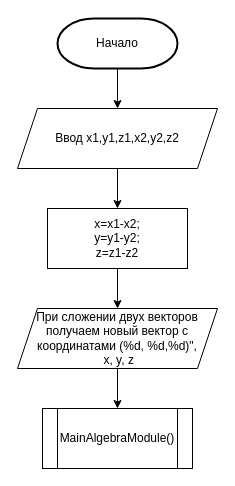
Above: Diagrams/VectorAddition.drawio in h3xi/MathCalculator (draw.io), before the change. Source tidied: cells renumbered, new cells numbered last; positions are measured from the earlier drawing's top-left corner, leaving out a move shared by most shapes. Both pictures are drawn from the tidied source at 100%, with x=0, y=0 at pixel (17, 18).
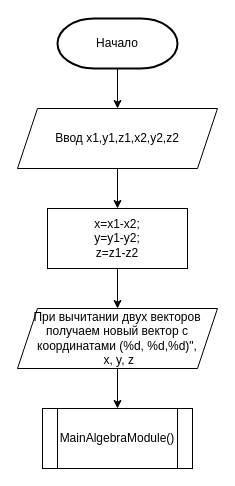
Above is the later version.

Commit message (it also covers changes not shown here):
Добавление диаграмм модулей

Change to the diagram source:
```diff
@@
 <mxGraphModel>
   <root>
     <mxCell id="0" />
     <mxCell id="1" parent="0" />
     <mxCell id="2" style="edgeStyle=orthogonalEdgeStyle;rounded=0;jettySize=auto;html=1;exitX=0.5;exitY=1;exitDx=0;exitDy=0;exitPerimeter=0;entryX=0.5;entryY=0;entryDx=0;entryDy=0;" parent="1" edge="1" source="3" target="5">
       <mxGeometry relative="1" as="geometry" />
     </mxCell>
     <mxCell id="3" value="Начало" style="strokeWidth=2;html=1;shape=mxgraph.flowchart.terminator;whiteSpace=wrap;" parent="1" vertex="1">
       <mxGeometry x="40" width="120" height="50" as="geometry" />
     </mxCell>
     <mxCell id="4" style="edgeStyle=orthogonalEdgeStyle;rounded=0;jettySize=auto;html=1;exitX=0.5;exitY=1;exitDx=0;exitDy=0;entryX=0.5;entryY=0;entryDx=0;entryDy=0;" parent="1" edge="1" source="5" target="9">
       <mxGeometry relative="1" as="geometry" />
     </mxCell>
     <mxCell id="5" value="Ввод x1,y1,z1,x2,y2,z2" style="shape=parallelogram;perimeter=parallelogramPerimeter;whiteSpace=wrap;html=1;fixedSize=1;" parent="1" vertex="1">
       <mxGeometry y="90" width="200" height="60" as="geometry" />
     </mxCell>
     <mxCell id="6" style="edgeStyle=orthogonalEdgeStyle;rounded=0;jettySize=auto;html=1;exitX=0.5;exitY=1;exitDx=0;exitDy=0;entryX=0.5;entryY=0;entryDx=0;entryDy=0;" parent="1" edge="1" source="7" target="10">
       <mxGeometry relative="1" as="geometry" />
     </mxCell>
-    <mxCell id="7" value="При сложении двух векторов получаем новый вектор с координатами (%d, %d,%d)&quot;,&lt;br&gt;&amp;nbsp;x, y, z" style="shape=parallelogram;perimeter=parallelogramPerimeter;whiteSpace=wrap;html=1;fixedSize=1;" parent="1" vertex="1">
+    <mxCell id="7" value="При вычитании двух векторов получаем новый вектор с координатами (%d, %d,%d)&quot;,&lt;br&gt;&amp;nbsp;x, y, z" style="shape=parallelogram;perimeter=parallelogramPerimeter;whiteSpace=wrap;html=1;fixedSize=1;" parent="1" vertex="1">
       <mxGeometry y="290" width="200" height="60" as="geometry" />
     </mxCell>
     <mxCell id="8" style="edgeStyle=orthogonalEdgeStyle;rounded=0;jettySize=auto;html=1;exitX=0.5;exitY=1;exitDx=0;exitDy=0;entryX=0.5;entryY=0;entryDx=0;entryDy=0;" parent="1" edge="1" source="9" target="7">
       <mxGeometry relative="1" as="geometry" />
     </mxCell>
     <mxCell id="9" value="x=x1-x2;&lt;br&gt;y=y1-y2;&lt;br&gt;z=z1-z2" style="rounded=0;whiteSpace=wrap;html=1;" parent="1" vertex="1">
       <mxGeometry x="30" y="190" width="140" height="60" as="geometry" />
     </mxCell>
     <mxCell id="10" value="MainAlgebraModule()" style="shape=process;whiteSpace=wrap;html=1;backgroundOutline=1;" parent="1" vertex="1">
       <mxGeometry x="25" y="390" width="150" height="60" as="geometry" />
     </mxCell>
   </root>
 </mxGraphModel>
```
